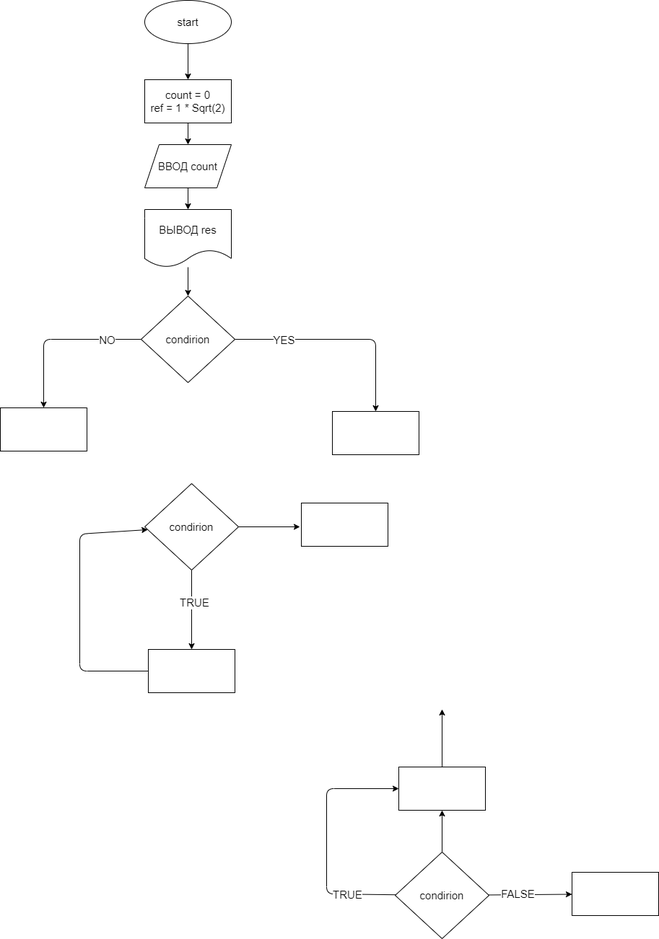
dimkun1/test1 keeps this draw.io diagram as test.drawio.png. Above is the earlier version. Source tidied: cells renumbered, new cells last; positions are measured from the earlier drawing's top-left corner, leaving out a move shared by most shapes.
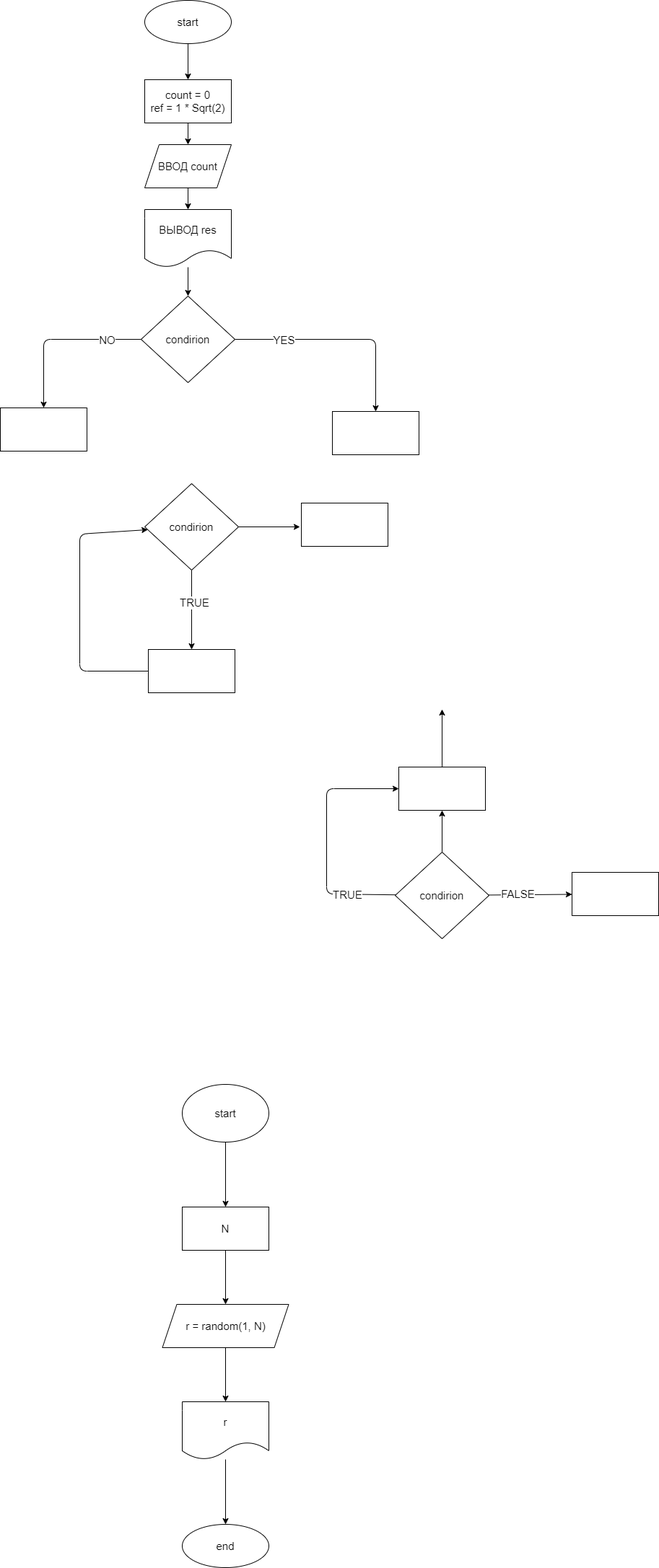
After the change.

Diff of the diagram source:
```diff
@@ -117,5 +117,32 @@
     <mxCell id="32" style="whiteSpace=wrap;html=1;fontSize=15;rounded=0;" parent="1" vertex="1">
       <mxGeometry x="792" y="1209" width="120" height="60" as="geometry" />
     </mxCell>
+    <mxCell id="33" style="edgeStyle=none;html=1;fontSize=15;" parent="1" edge="1" source="34" target="36">
+      <mxGeometry relative="1" as="geometry" />
+    </mxCell>
+    <mxCell id="34" value="start" style="ellipse;whiteSpace=wrap;html=1;fontSize=15;" parent="1" vertex="1">
+      <mxGeometry x="252" y="1503" width="120" height="80" as="geometry" />
+    </mxCell>
+    <mxCell id="35" style="edgeStyle=none;html=1;fontSize=15;" parent="1" edge="1" source="36" target="38">
+      <mxGeometry relative="1" as="geometry" />
+    </mxCell>
+    <mxCell id="36" value="N" style="whiteSpace=wrap;html=1;fontSize=15;" parent="1" vertex="1">
+      <mxGeometry x="252" y="1673" width="120" height="60" as="geometry" />
+    </mxCell>
+    <mxCell id="37" style="edgeStyle=none;html=1;fontSize=15;" parent="1" edge="1" source="38" target="40">
+      <mxGeometry relative="1" as="geometry" />
+    </mxCell>
+    <mxCell id="38" value="r = random(1, N)" style="shape=parallelogram;perimeter=parallelogramPerimeter;whiteSpace=wrap;html=1;fixedSize=1;fontSize=15;" parent="1" vertex="1">
+      <mxGeometry x="224.5" y="1808" width="175" height="60" as="geometry" />
+    </mxCell>
+    <mxCell id="39" style="edgeStyle=none;html=1;fontSize=15;" parent="1" edge="1" source="40" target="41">
+      <mxGeometry relative="1" as="geometry" />
+    </mxCell>
+    <mxCell id="40" value="r" style="shape=document;whiteSpace=wrap;html=1;boundedLbl=1;fontSize=15;" parent="1" vertex="1">
+      <mxGeometry x="252" y="1943" width="120" height="80" as="geometry" />
+    </mxCell>
+    <mxCell id="41" value="end" style="ellipse;whiteSpace=wrap;html=1;fontSize=15;" parent="1" vertex="1">
+      <mxGeometry x="252" y="2113" width="120" height="60" as="geometry" />
+    </mxCell>
   </root>
 </mxGraphModel>
```
